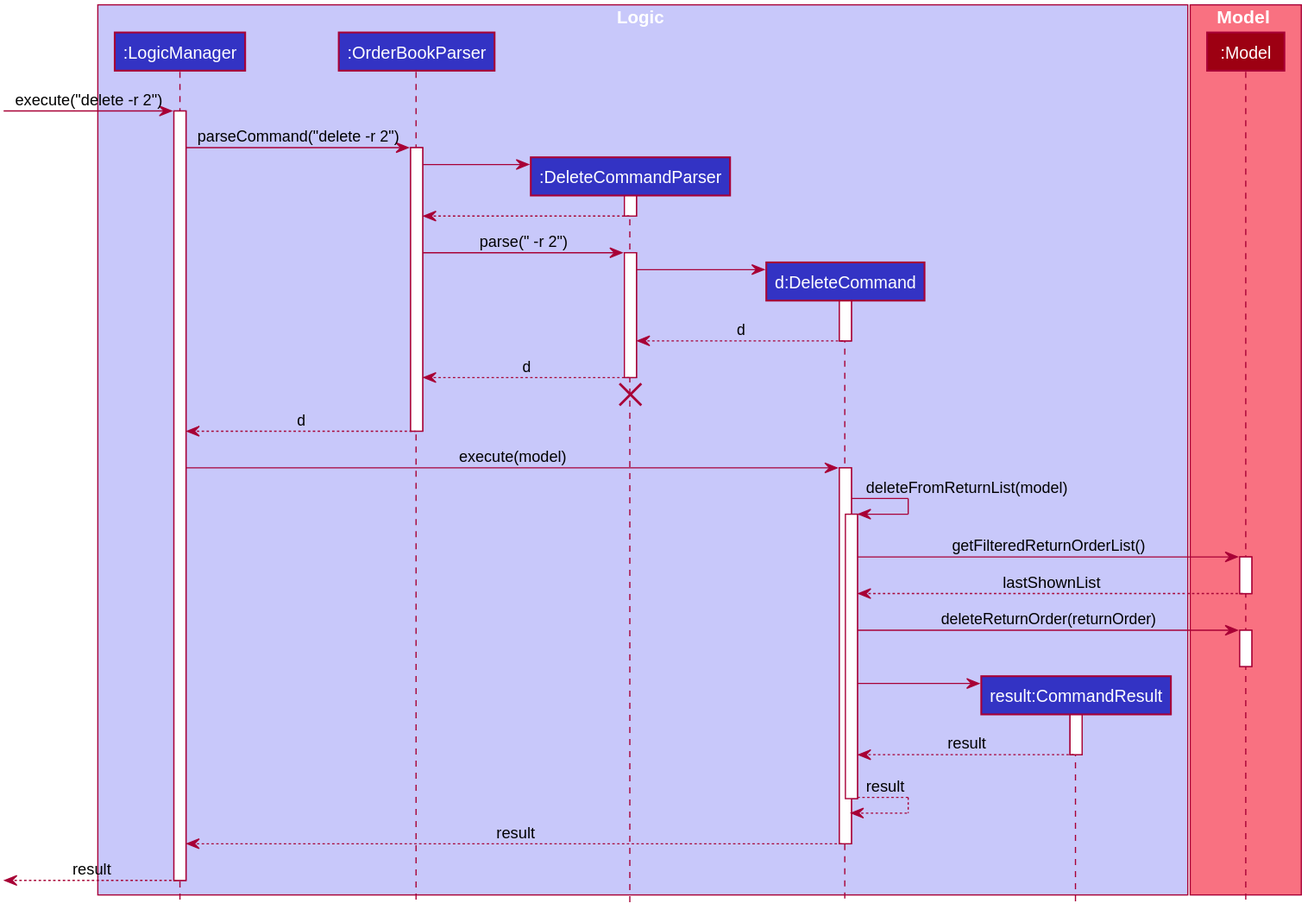
nus-cs2103-AY1920S2/addressbook-level3 keeps this PlantUML diagram as docs/images/DeleteSequenceDiagram2.svg. Above is the earlier version.
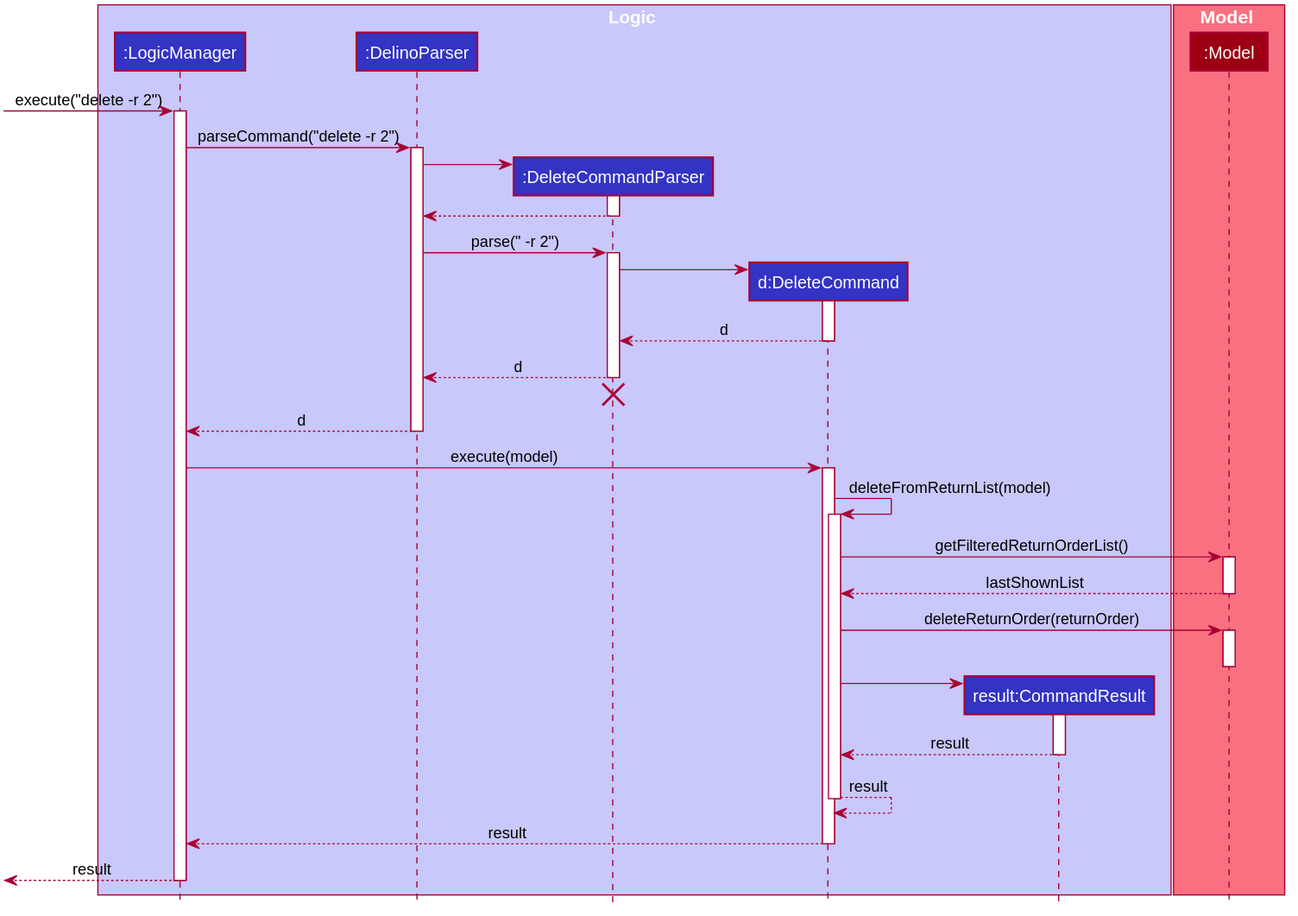
The same diagram one commit later.

Commit message:
Update Delete Sequence Diagrams OrderBookParser to DelinoParser

What changed in the source:
```diff
@@ -50,7 +50,7 @@
 
 box Logic #C8C8FA
 participant ":LogicManager" as LogicManager #3333C4
-participant ":OrderBookParser" as OrderBookParser #3333C4
+participant ":DelinoParser" as DelinoParser #3333C4
 participant ":DeleteCommandParser" as DeleteCommandParser #3333C4
 participant "d:DeleteCommand" as DeleteCommand #3333C4
 participant "result:CommandResult" as CommandResult #3333C4
@@ -63,17 +63,17 @@
 [-> LogicManager : execute("delete -r 2")
 activate LogicManager
 
-LogicManager -> OrderBookParser : parseCommand("delete -r 2")
-activate OrderBookParser
+LogicManager -> DelinoParser : parseCommand("delete -r 2")
+activate DelinoParser
 
 create DeleteCommandParser
-OrderBookParser -> DeleteCommandParser
+DelinoParser -> DeleteCommandParser
 activate DeleteCommandParser
 
-DeleteCommandParser --> OrderBookParser
+DeleteCommandParser --> DelinoParser
 deactivate DeleteCommandParser
 
-OrderBookParser -> DeleteCommandParser : parse(" -r 2")
+DelinoParser -> DeleteCommandParser : parse(" -r 2")
 activate DeleteCommandParser
 
 create DeleteCommand
@@ -83,13 +83,13 @@
 DeleteCommand --> DeleteCommandParser : d
 deactivate DeleteCommand
 
-DeleteCommandParser --> OrderBookParser : d
+DeleteCommandParser --> DelinoParser : d
 deactivate DeleteCommandParser
-DeleteCommandParser -[hidden]-> OrderBookParser
+DeleteCommandParser -[hidden]-> DelinoParser
 destroy DeleteCommandParser
 
-OrderBookParser --> LogicManager : d
-deactivate OrderBookParser
+DelinoParser --> LogicManager : d
+deactivate DelinoParser
 
 LogicManager -> DeleteCommand : execute(model)
 activate DeleteCommand
```
